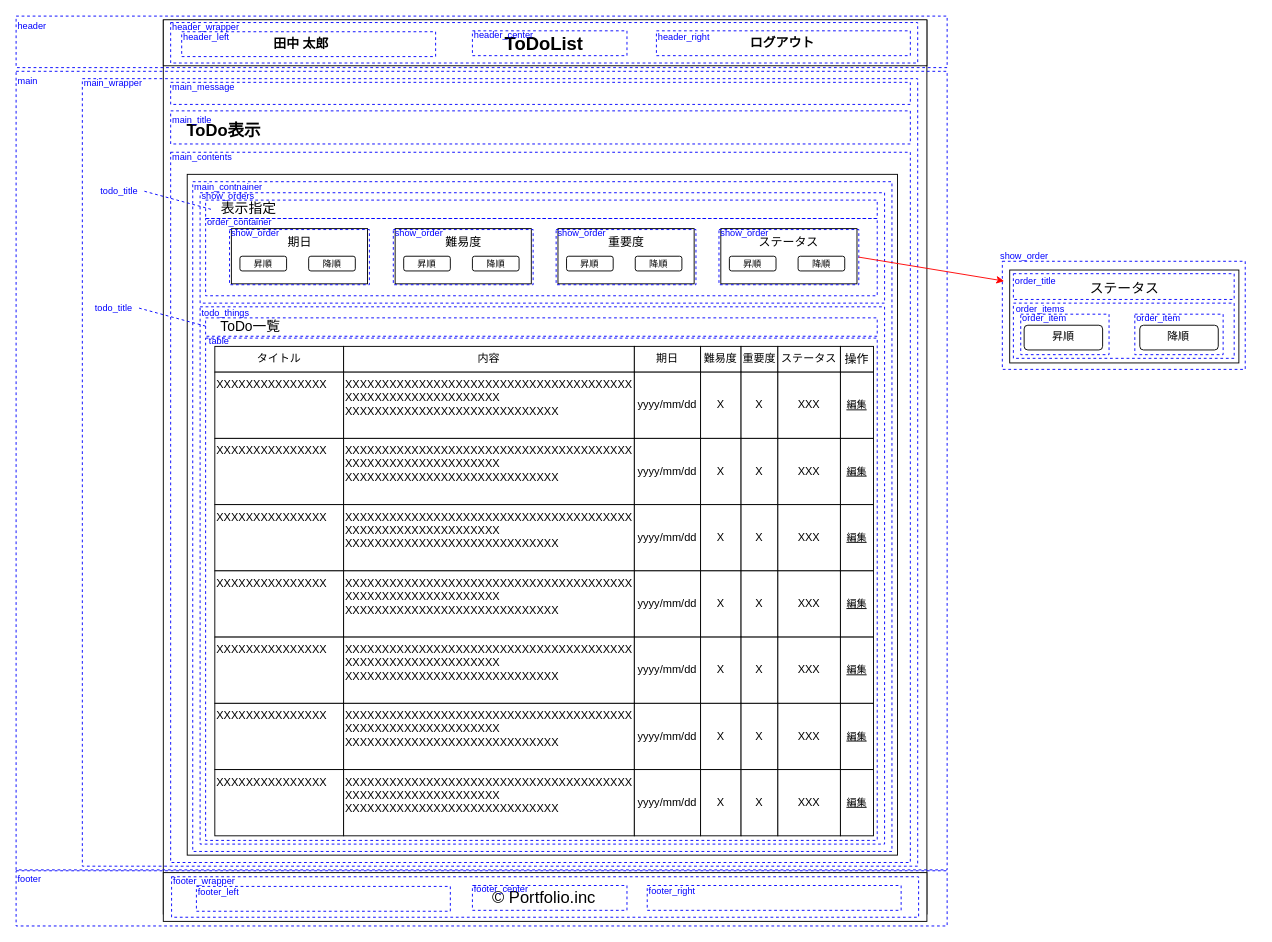
This is portfolio03/01/layout/todo_show/portfolio03_01_todo_show_detail.drawio from RRRYOOO/portfolio, a draw.io file, before an edit. Source tidied: cells renumbered, new cells numbered last; positions are measured from the earlier drawing's top-left corner, leaving out a move shared by most shapes. Both pictures are drawn from the tidied source at 92%, with x=0, y=0 at pixel (16, 16).
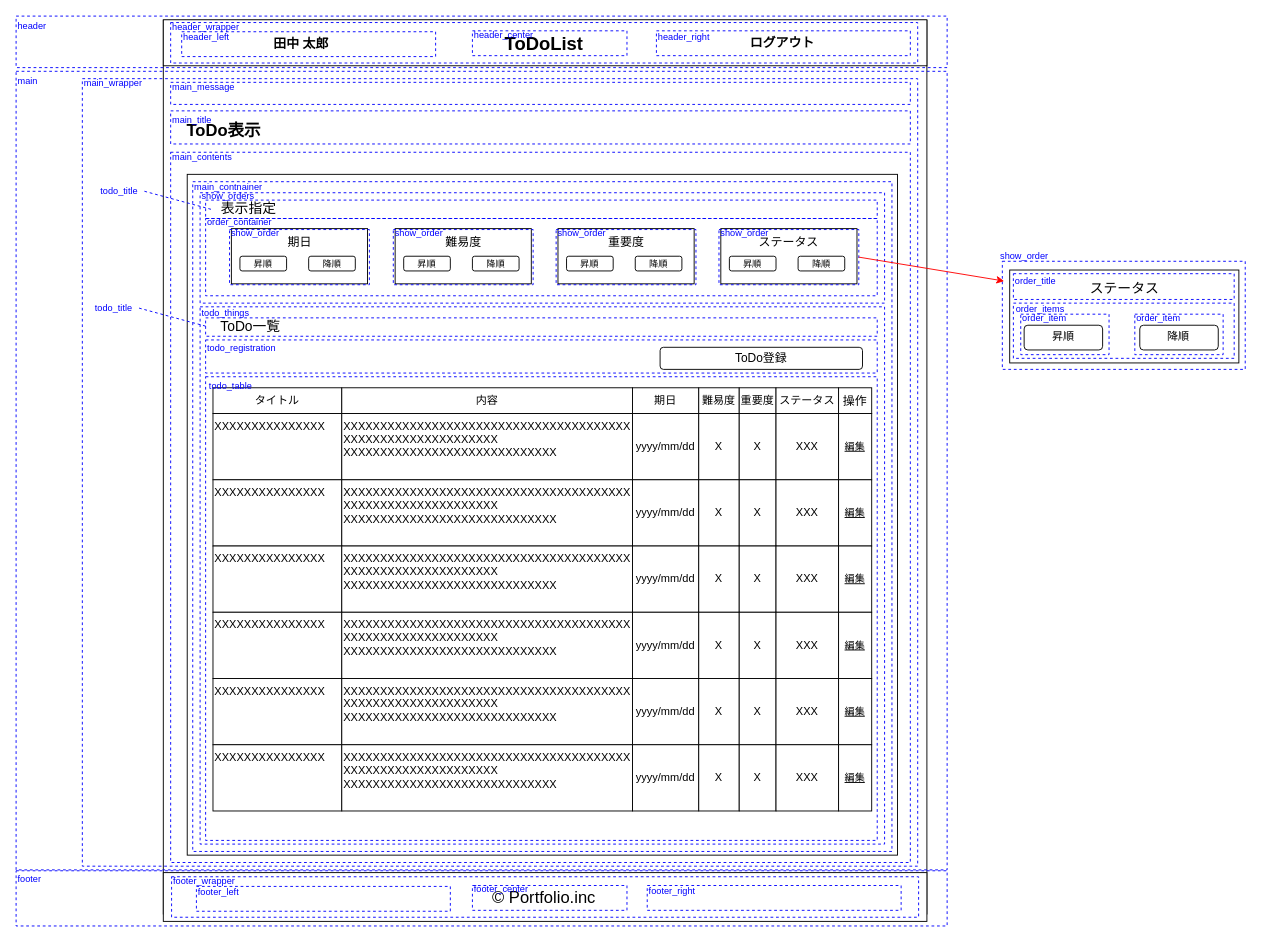
The same page after the edit.

Commit message (it also covers changes not shown here):
created the layout of todo show.

What changed in the source:
```diff
@@
     <mxCell id="42" style="group;" parent="1" vertex="1">
-      <mxGeometry x="216" y="359" width="748" height="460" as="geometry" />
+      <mxGeometry x="214" y="404" width="748" height="460" as="geometry" />
     </mxCell>
@@
-    <mxCell id="129" style="group;align=left;verticalAlign=top;fontSize=11;" parent="1" vertex="1">
-      <mxGeometry x="216" y="819" width="748" height="72" as="geometry" />
-    </mxCell>
-    <mxCell id="130" style="group;" parent="129" vertex="1">
-      <mxGeometry width="748" height="72" as="geometry" />
-    </mxCell>
-    <mxCell id="131" value="XXXXXXXXXXXXXXX" style="rounded=0;whiteSpace=wrap;html=1;align=left;verticalAlign=top;" parent="130" vertex="1">
-      <mxGeometry width="140" height="72" as="geometry" />
-    </mxCell>
-    <mxCell id="132" value="XXXXXXXXXXXXXXXXXXXXXXXXXXXXXXXXXXXXXXX&lt;br&gt;XXXXXXXXXXXXXXXXXXXXX&lt;br&gt;XXXXXXXXXXXXXXXXXXXXXXXXXXXXX" style="rounded=0;whiteSpace=wrap;html=1;verticalAlign=top;align=left;" parent="130" vertex="1">
-      <mxGeometry x="140" width="316" height="72" as="geometry" />
-    </mxCell>
-    <mxCell id="133" value="yyyy/mm/dd" style="rounded=0;whiteSpace=wrap;html=1;" parent="130" vertex="1">
-      <mxGeometry x="456" width="72" height="72" as="geometry" />
-    </mxCell>
-    <mxCell id="134" value="X" style="rounded=0;whiteSpace=wrap;html=1;" parent="130" vertex="1">
-      <mxGeometry x="528" width="44" height="72" as="geometry" />
-    </mxCell>
-    <mxCell id="135" value="X" style="rounded=0;whiteSpace=wrap;html=1;" parent="130" vertex="1">
-      <mxGeometry x="572" width="40" height="72" as="geometry" />
-    </mxCell>
-    <mxCell id="136" value="XXX" style="rounded=0;whiteSpace=wrap;html=1;" parent="130" vertex="1">
-      <mxGeometry x="612" width="68" height="72" as="geometry" />
-    </mxCell>
-    <mxCell id="137" value="編集" style="rounded=0;whiteSpace=wrap;html=1;fontStyle=4;fontSize=11;" parent="1" vertex="1">
-      <mxGeometry x="896" y="819" width="36" height="72" as="geometry" />
-    </mxCell>
@@
     <mxCell id="158" style="rounded=0;whiteSpace=wrap;html=1;dashed=1;fillColor=none;strokeColor=#0000FF;" parent="1" vertex="1">
-      <mxGeometry x="206" y="350" width="730" height="546" as="geometry" />
+      <mxGeometry x="206" y="392" width="730" height="504" as="geometry" />
     </mxCell>
@@
-    <mxCell id="161" value="table" style="text;html=1;strokeColor=none;fillColor=none;align=left;verticalAlign=middle;whiteSpace=wrap;rounded=0;dashed=1;fontColor=#0000FF;fontSize=10;" parent="1" vertex="1">
-      <mxGeometry x="208" y="350" width="80" height="6" as="geometry" />
+    <mxCell id="161" value="todo_table" style="text;html=1;strokeColor=none;fillColor=none;align=left;verticalAlign=middle;whiteSpace=wrap;rounded=0;dashed=1;fontColor=#0000FF;fontSize=10;" parent="1" vertex="1">
+      <mxGeometry x="208" y="396" width="80" height="12" as="geometry" />
     </mxCell>
@@
+    <mxCell id="178" value="ToDo登録" style="rounded=1;whiteSpace=wrap;html=1;fontSize=13;align=center;" parent="1" vertex="1">
+      <mxGeometry x="700" y="360" width="220" height="24" as="geometry" />
+    </mxCell>
+    <mxCell id="179" style="rounded=0;whiteSpace=wrap;html=1;dashed=1;fillColor=none;strokeColor=#0000FF;" parent="1" vertex="1">
+      <mxGeometry x="206" y="352" width="730" height="36" as="geometry" />
+    </mxCell>
+    <mxCell id="180" value="todo_registration" style="text;html=1;strokeColor=none;fillColor=none;align=left;verticalAlign=middle;whiteSpace=wrap;rounded=0;dashed=1;fontColor=#0000FF;fontSize=10;" parent="1" vertex="1">
+      <mxGeometry x="206" y="350" width="80" height="20" as="geometry" />
+    </mxCell>
```
